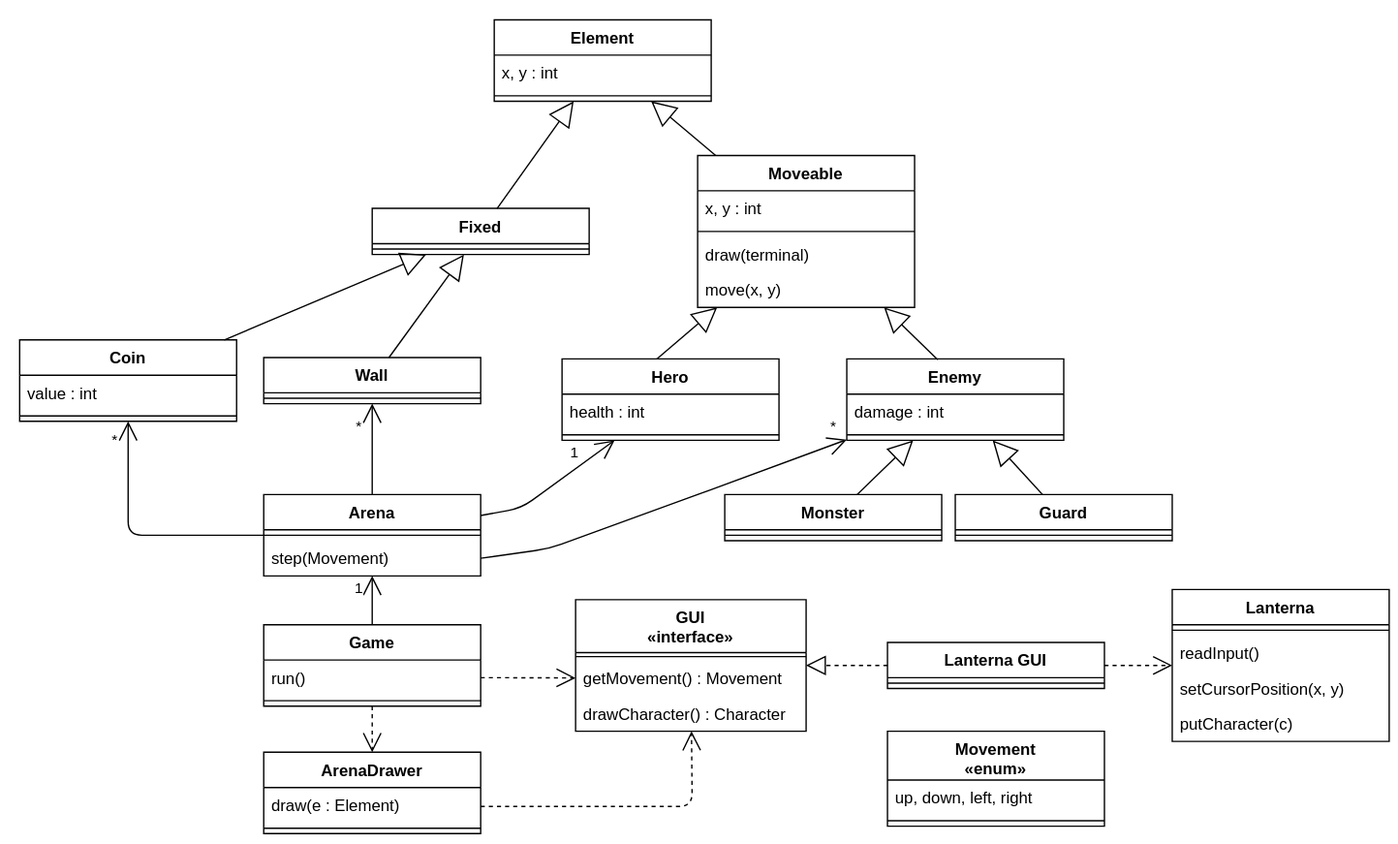
arestivo/slides keeps this draw.io diagram as assets/solid/solid-design.svg. Above is the earlier version. Source tidied: cells renumbered, new cells last; positions are measured from the earlier drawing's top-left corner, leaving out a move shared by most shapes.
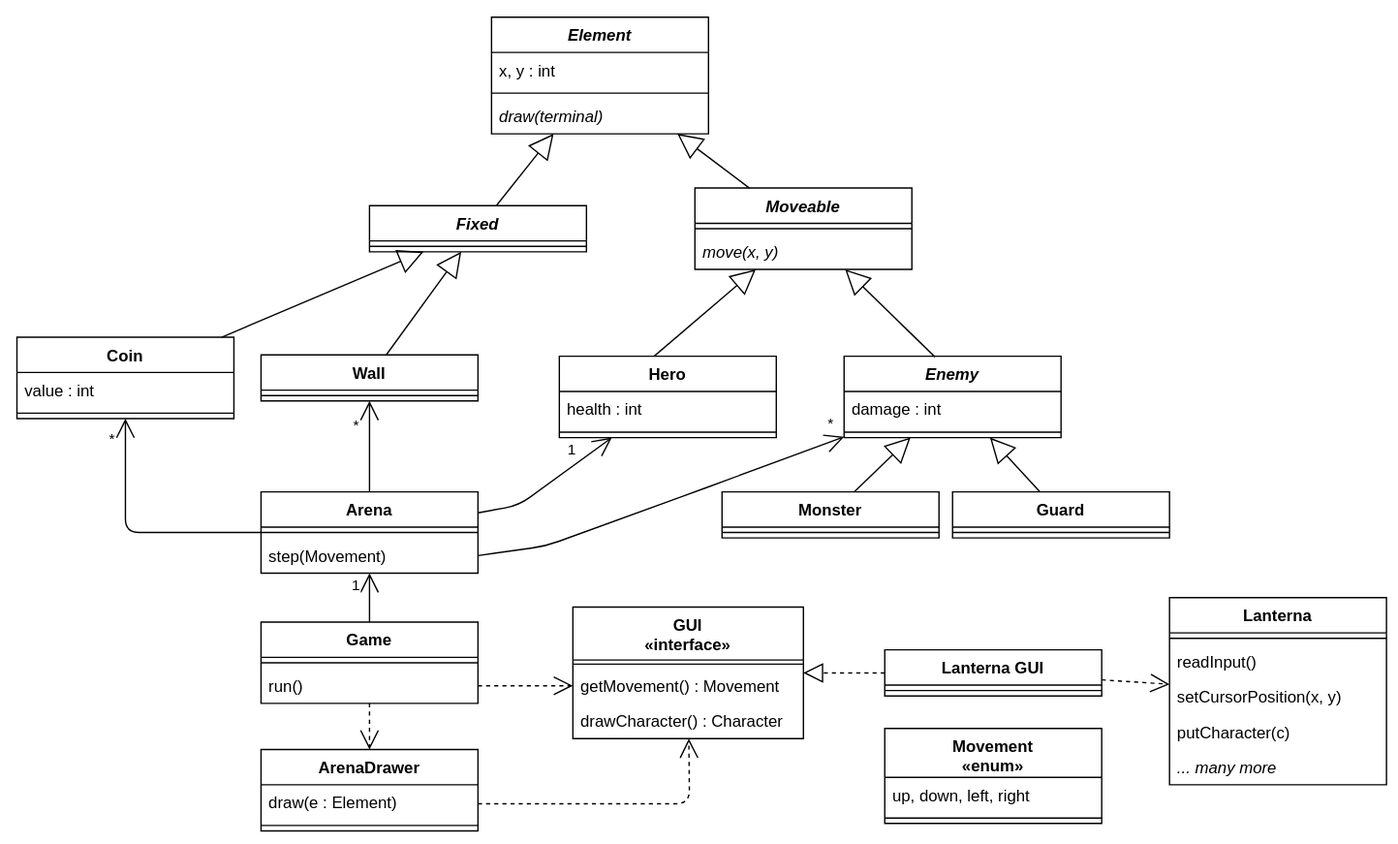
The same file after the commit.

Commit message:
Updated SOLID design example

What changed in the source:
```diff
@@ -14,11 +14,11 @@
     <mxCell id="5" value="Game" style="swimlane;fontStyle=1;align=center;verticalAlign=top;horizontal=1;startSize=26;" parent="1" vertex="1">
       <mxGeometry x="180" y="446" width="160" height="60" as="geometry" />
     </mxCell>
-    <mxCell id="6" value="run()" style="text;strokeColor=none;fillColor=none;align=left;verticalAlign=top;spacingLeft=4;spacingRight=4;overflow=hidden;points=[[0,0.5],[1,0.5]];portConstraint=eastwest;" parent="5" vertex="1">
-      <mxGeometry y="26" width="160" height="26" as="geometry" />
+    <mxCell id="6" style="line;strokeWidth=1;fillColor=none;align=left;verticalAlign=middle;spacingTop=-1;spacingLeft=3;spacingRight=3;labelPosition=right;points=[];portConstraint=eastwest;" parent="5" vertex="1">
+      <mxGeometry y="26" width="160" height="8" as="geometry" />
     </mxCell>
-    <mxCell id="7" style="line;strokeWidth=1;fillColor=none;align=left;verticalAlign=middle;spacingTop=-1;spacingLeft=3;spacingRight=3;labelPosition=right;points=[];portConstraint=eastwest;" parent="5" vertex="1">
-      <mxGeometry y="52" width="160" height="8" as="geometry" />
+    <mxCell id="7" value="run()" style="text;strokeColor=none;fillColor=none;align=left;verticalAlign=top;spacingLeft=4;spacingRight=4;overflow=hidden;points=[[0,0.5],[1,0.5]];portConstraint=eastwest;" parent="5" vertex="1">
+      <mxGeometry y="34" width="160" height="26" as="geometry" />
     </mxCell>
     <mxCell id="8" value="Guard" style="swimlane;fontStyle=1;align=center;verticalAlign=top;horizontal=1;startSize=26;" parent="1" vertex="1">
       <mxGeometry x="690" y="350" width="160" height="34" as="geometry" />
@@ -33,7 +33,7 @@
       <mxGeometry y="26" width="160" height="8" as="geometry" />
     </mxCell>
     <mxCell id="12" value="Lanterna" style="swimlane;fontStyle=1;align=center;verticalAlign=top;horizontal=1;startSize=26;" parent="1" vertex="1">
-      <mxGeometry x="850" y="420" width="160" height="112" as="geometry" />
+      <mxGeometry x="850" y="428" width="160" height="138" as="geometry" />
     </mxCell>
     <mxCell id="13" style="line;strokeWidth=1;fillColor=none;align=left;verticalAlign=middle;spacingTop=-1;spacingLeft=3;spacingRight=3;labelPosition=right;" parent="12" vertex="1">
       <mxGeometry y="26" width="160" height="8" as="geometry" />
@@ -47,49 +47,49 @@
     <mxCell id="16" value="putCharacter(c)" style="text;strokeColor=none;fillColor=none;align=left;verticalAlign=top;spacingLeft=4;spacingRight=4;overflow=hidden;" parent="12" vertex="1">
       <mxGeometry y="86" width="160" height="26" as="geometry" />
     </mxCell>
-    <mxCell id="17" value="Wall" style="swimlane;fontStyle=1;align=center;verticalAlign=top;horizontal=1;startSize=26;" parent="1" vertex="1">
-      <mxGeometry x="180" y="249" width="160" height="34" as="geometry" />
+    <mxCell id="17" value="... many more" style="text;strokeColor=none;fillColor=none;align=left;verticalAlign=top;spacingLeft=4;spacingRight=4;overflow=hidden;points=[[0,0.5],[1,0.5]];portConstraint=eastwest;fontStyle=2;" parent="12" vertex="1">
+      <mxGeometry y="112" width="160" height="26" as="geometry" />
     </mxCell>
-    <mxCell id="18" style="line;strokeWidth=1;fillColor=none;align=left;verticalAlign=middle;spacingTop=-1;spacingLeft=3;spacingRight=3;labelPosition=right;points=[];portConstraint=eastwest;" parent="17" vertex="1">
-      <mxGeometry y="26" width="160" height="8" as="geometry" />
+    <mxCell id="18" value="Wall" style="swimlane;fontStyle=1;align=center;verticalAlign=top;horizontal=1;startSize=26;" parent="1" vertex="1">
+      <mxGeometry x="180" y="249" width="160" height="34" as="geometry" />
     </mxCell>
-    <mxCell id="19" value="Coin" style="swimlane;fontStyle=1;align=center;verticalAlign=top;horizontal=1;startSize=26;" parent="1" vertex="1">
-      <mxGeometry y="236" width="160" height="60" as="geometry" />
+    <mxCell id="19" style="line;strokeWidth=1;fillColor=none;align=left;verticalAlign=middle;spacingTop=-1;spacingLeft=3;spacingRight=3;labelPosition=right;points=[];portConstraint=eastwest;" parent="18" vertex="1">
+      <mxGeometry y="26" width="160" height="8" as="geometry" />
     </mxCell>
-    <mxCell id="20" value="value : int" style="text;strokeColor=none;fillColor=none;align=left;verticalAlign=top;spacingLeft=4;spacingRight=4;overflow=hidden;points=[[0,0.5],[1,0.5]];portConstraint=eastwest;" parent="19" vertex="1">
-      <mxGeometry y="26" width="160" height="26" as="geometry" />
+    <mxCell id="20" value="Coin" style="swimlane;fontStyle=1;align=center;verticalAlign=top;horizontal=1;startSize=26;" parent="1" vertex="1">
+      <mxGeometry y="236" width="160" height="60" as="geometry" />
     </mxCell>
-    <mxCell id="21" style="line;strokeWidth=1;fillColor=none;align=left;verticalAlign=middle;spacingTop=-1;spacingLeft=3;spacingRight=3;labelPosition=right;" parent="19" vertex="1">
-      <mxGeometry y="52" width="160" height="8" as="geometry" />
+    <mxCell id="21" value="value : int" style="text;strokeColor=none;fillColor=none;align=left;verticalAlign=top;spacingLeft=4;spacingRight=4;overflow=hidden;" parent="20" vertex="1">
+      <mxGeometry y="26" width="160" height="26" as="geometry" />
     </mxCell>
-    <mxCell id="22" value="Moveable" style="swimlane;fontStyle=1;align=center;verticalAlign=top;horizontal=1;startSize=26;" parent="1" vertex="1">
-      <mxGeometry x="500" y="100" width="160" height="112" as="geometry" />
+    <mxCell id="22" style="line;strokeWidth=1;fillColor=none;align=left;verticalAlign=middle;spacingTop=-1;spacingLeft=3;spacingRight=3;labelPosition=right;points=[];portConstraint=eastwest;" parent="20" vertex="1">
+      <mxGeometry y="52" width="160" height="8" as="geometry" />
     </mxCell>
-    <mxCell id="23" value="x, y : int&#10;" style="text;strokeColor=none;fillColor=none;align=left;verticalAlign=top;spacingLeft=4;spacingRight=4;overflow=hidden;points=[[0,0.5],[1,0.5]];portConstraint=eastwest;" parent="22" vertex="1">
-      <mxGeometry y="26" width="160" height="26" as="geometry" />
+    <mxCell id="23" value="Moveable" style="swimlane;fontStyle=3;align=center;verticalAlign=top;horizontal=1;startSize=26;" parent="1" vertex="1">
+      <mxGeometry x="500" y="126" width="160" height="60" as="geometry" />
     </mxCell>
-    <mxCell id="24" style="line;strokeWidth=1;fillColor=none;align=left;verticalAlign=middle;spacingTop=-1;spacingLeft=3;spacingRight=3;labelPosition=right;" parent="22" vertex="1">
-      <mxGeometry y="52" width="160" height="8" as="geometry" />
+    <mxCell id="24" style="line;strokeWidth=1;fillColor=none;align=left;verticalAlign=middle;spacingTop=-1;spacingLeft=3;spacingRight=3;labelPosition=right;" parent="23" vertex="1">
+      <mxGeometry y="26" width="160" height="8" as="geometry" />
     </mxCell>
-    <mxCell id="25" value="draw(terminal)" style="text;strokeColor=none;fillColor=none;align=left;verticalAlign=top;spacingLeft=4;spacingRight=4;overflow=hidden;" parent="22" vertex="1">
-      <mxGeometry y="60" width="160" height="26" as="geometry" />
+    <mxCell id="25" value="move(x, y)" style="text;strokeColor=none;fillColor=none;align=left;verticalAlign=top;spacingLeft=4;spacingRight=4;overflow=hidden;fontStyle=2;" parent="23" vertex="1">
+      <mxGeometry y="34" width="160" height="26" as="geometry" />
     </mxCell>
-    <mxCell id="26" value="move(x, y)" style="text;strokeColor=none;fillColor=none;align=left;verticalAlign=top;spacingLeft=4;spacingRight=4;overflow=hidden;points=[[0,0.5],[1,0.5]];portConstraint=eastwest;" parent="22" vertex="1">
-      <mxGeometry y="86" width="160" height="26" as="geometry" />
+    <mxCell id="26" value="Element" style="swimlane;fontStyle=3;align=center;verticalAlign=top;horizontal=1;startSize=26;" parent="1" vertex="1">
+      <mxGeometry x="350" width="160" height="86" as="geometry" />
     </mxCell>
-    <mxCell id="27" value="Element" style="swimlane;fontStyle=1;align=center;verticalAlign=top;horizontal=1;startSize=26;" parent="1" vertex="1">
-      <mxGeometry x="350" width="160" height="60" as="geometry" />
+    <mxCell id="27" value="x, y : int&#10;" style="text;strokeColor=none;fillColor=none;align=left;verticalAlign=top;spacingLeft=4;spacingRight=4;overflow=hidden;points=[[0,0.5],[1,0.5]];portConstraint=eastwest;" parent="26" vertex="1">
+      <mxGeometry y="26" width="160" height="26" as="geometry" />
     </mxCell>
-    <mxCell id="28" value="x, y : int&#10;" style="text;strokeColor=none;fillColor=none;align=left;verticalAlign=top;spacingLeft=4;spacingRight=4;overflow=hidden;" parent="27" vertex="1">
-      <mxGeometry y="26" width="160" height="26" as="geometry" />
+    <mxCell id="28" style="line;strokeWidth=1;fillColor=none;align=left;verticalAlign=middle;spacingTop=-1;spacingLeft=3;spacingRight=3;labelPosition=right;" parent="26" vertex="1">
+      <mxGeometry y="52" width="160" height="8" as="geometry" />
     </mxCell>
-    <mxCell id="29" style="line;strokeWidth=1;fillColor=none;align=left;verticalAlign=middle;spacingTop=-1;spacingLeft=3;spacingRight=3;labelPosition=right;" parent="27" vertex="1">
-      <mxGeometry y="52" width="160" height="8" as="geometry" />
+    <mxCell id="29" value="draw(terminal)&#10;" style="text;strokeColor=none;fillColor=none;align=left;verticalAlign=top;spacingLeft=4;spacingRight=4;overflow=hidden;fontStyle=2;" parent="26" vertex="1">
+      <mxGeometry y="60" width="160" height="26" as="geometry" />
     </mxCell>
-    <mxCell id="30" style="endArrow=block;endSize=16;endFill=0;html=1;strokeColor=#000000;fontColor=#CC0000;" parent="1" edge="1" source="22" target="27">
+    <mxCell id="30" style="endArrow=block;endSize=16;endFill=0;html=1;strokeColor=#000000;fontColor=#CC0000;" parent="1" edge="1" source="23" target="26">
       <mxGeometry relative="1" as="geometry" />
     </mxCell>
-    <mxCell id="31" value="Enemy" style="swimlane;fontStyle=1;align=center;verticalAlign=top;horizontal=1;startSize=26;" parent="1" vertex="1">
+    <mxCell id="31" value="Enemy" style="swimlane;fontStyle=3;align=center;verticalAlign=top;horizontal=1;startSize=26;" parent="1" vertex="1">
       <mxGeometry x="610" y="250" width="160" height="60" as="geometry" />
     </mxCell>
     <mxCell id="32" value="damage : int" style="text;strokeColor=none;fillColor=none;align=left;verticalAlign=top;spacingLeft=4;spacingRight=4;overflow=hidden;" parent="31" vertex="1">
@@ -98,12 +98,12 @@
     <mxCell id="33" style="line;strokeWidth=1;fillColor=none;align=left;verticalAlign=middle;spacingTop=-1;spacingLeft=3;spacingRight=3;labelPosition=right;" parent="31" vertex="1">
       <mxGeometry y="52" width="160" height="8" as="geometry" />
     </mxCell>
-    <mxCell id="34" style="endArrow=block;endSize=16;endFill=0;html=1;strokeColor=#000000;fontColor=#CC0000;" parent="1" edge="1" target="22">
+    <mxCell id="34" style="endArrow=block;endSize=16;endFill=0;html=1;strokeColor=#000000;fontColor=#CC0000;" parent="1" edge="1" target="23">
       <mxGeometry relative="1" as="geometry">
         <mxPoint x="469.9" y="250" as="sourcePoint" />
       </mxGeometry>
     </mxCell>
-    <mxCell id="35" style="endArrow=block;endSize=16;endFill=0;html=1;strokeColor=#000000;fontColor=#CC0000;exitX=0.419;exitY=0.009;exitDx=0;exitDy=0;exitPerimeter=0;" parent="1" edge="1" source="31" target="22">
+    <mxCell id="35" style="endArrow=block;endSize=16;endFill=0;html=1;strokeColor=#000000;fontColor=#CC0000;exitX=0.419;exitY=0.009;exitDx=0;exitDy=0;exitPerimeter=0;" parent="1" edge="1" source="31" target="23">
       <mxGeometry relative="1" as="geometry" />
     </mxCell>
     <mxCell id="36" style="endArrow=block;endSize=16;endFill=0;html=1;strokeColor=#000000;fontColor=#CC0000;" parent="1" edge="1" source="8" target="31">
@@ -112,19 +112,19 @@
     <mxCell id="37" style="endArrow=block;endSize=16;endFill=0;html=1;strokeColor=#000000;fontColor=#CC0000;" parent="1" edge="1" source="10" target="31">
       <mxGeometry relative="1" as="geometry" />
     </mxCell>
-    <mxCell id="38" value="Fixed" style="swimlane;fontStyle=1;align=center;verticalAlign=top;horizontal=1;startSize=26;" parent="1" vertex="1">
+    <mxCell id="38" value="Fixed" style="swimlane;fontStyle=3;align=center;verticalAlign=top;horizontal=1;startSize=26;" parent="1" vertex="1">
       <mxGeometry x="260" y="139" width="160" height="34" as="geometry" />
     </mxCell>
     <mxCell id="39" style="line;strokeWidth=1;fillColor=none;align=left;verticalAlign=middle;spacingTop=-1;spacingLeft=3;spacingRight=3;labelPosition=right;" parent="38" vertex="1">
       <mxGeometry y="26" width="160" height="8" as="geometry" />
     </mxCell>
-    <mxCell id="40" style="endArrow=block;endSize=16;endFill=0;html=1;strokeColor=#000000;fontColor=#CC0000;" parent="1" edge="1" source="19" target="38">
+    <mxCell id="40" style="endArrow=block;endSize=16;endFill=0;html=1;strokeColor=#000000;fontColor=#CC0000;" parent="1" edge="1" source="20" target="38">
       <mxGeometry relative="1" as="geometry" />
     </mxCell>
-    <mxCell id="41" style="endArrow=block;endSize=16;endFill=0;html=1;strokeColor=#000000;fontColor=#CC0000;" parent="1" edge="1" source="17" target="38">
+    <mxCell id="41" style="endArrow=block;endSize=16;endFill=0;html=1;strokeColor=#000000;fontColor=#CC0000;" parent="1" edge="1" source="18" target="38">
       <mxGeometry relative="1" as="geometry" />
     </mxCell>
-    <mxCell id="42" style="endArrow=block;endSize=16;endFill=0;html=1;strokeColor=#000000;fontColor=#CC0000;" parent="1" edge="1" source="38" target="27">
+    <mxCell id="42" style="endArrow=block;endSize=16;endFill=0;html=1;strokeColor=#000000;fontColor=#CC0000;" parent="1" edge="1" source="38" target="26">
       <mxGeometry relative="1" as="geometry" />
     </mxCell>
     <mxCell id="43" value="Hero" style="swimlane;fontStyle=1;align=center;verticalAlign=top;horizontal=1;startSize=26;" parent="1" vertex="1">
@@ -137,7 +137,7 @@
       <mxGeometry y="52" width="160" height="8" as="geometry" />
     </mxCell>
     <mxCell id="46" value="GUI&#10;«interface»" style="swimlane;fontStyle=1;align=center;verticalAlign=top;horizontal=1;startSize=39;" parent="1" vertex="1">
-      <mxGeometry x="410" y="427.5" width="170" height="97" as="geometry" />
+      <mxGeometry x="410" y="435" width="170" height="97" as="geometry" />
     </mxCell>
     <mxCell id="47" style="line;strokeWidth=1;fillColor=none;align=left;verticalAlign=middle;spacingTop=-1;spacingLeft=3;spacingRight=3;labelPosition=right;" parent="46" vertex="1">
       <mxGeometry y="39" width="170" height="6" as="geometry" />
@@ -149,7 +149,7 @@
       <mxGeometry y="71" width="170" height="26" as="geometry" />
     </mxCell>
     <mxCell id="50" value="Lanterna GUI" style="swimlane;fontStyle=1;align=center;verticalAlign=top;horizontal=1;startSize=26;" parent="1" vertex="1">
-      <mxGeometry x="640" y="459" width="160" height="34" as="geometry" />
+      <mxGeometry x="640" y="466.5" width="160" height="34" as="geometry" />
     </mxCell>
     <mxCell id="51" style="line;strokeWidth=1;fillColor=none;align=left;verticalAlign=middle;spacingTop=-1;spacingLeft=3;spacingRight=3;labelPosition=right;" parent="50" vertex="1">
       <mxGeometry y="26" width="160" height="8" as="geometry" />
@@ -160,14 +160,14 @@
     <mxCell id="53" style="endArrow=open;endSize=12;dashed=1;html=1;strokeColor=#000000;fontColor=#000000;" parent="1" edge="1" source="50" target="12">
       <mxGeometry relative="1" as="geometry" />
     </mxCell>
-    <mxCell id="54" value="*" style="endArrow=open;endFill=1;endSize=12;html=1;" parent="1" edge="1" source="2" target="19">
+    <mxCell id="54" value="*" style="endArrow=open;endFill=1;endSize=12;html=1;" parent="1" edge="1" source="2" target="20">
       <mxGeometry x="0.85" y="10" relative="1" as="geometry">
         <Array as="points">
           <mxPoint x="80" y="380" />
         </Array>
       </mxGeometry>
     </mxCell>
-    <mxCell id="55" value="*" style="endArrow=open;endFill=1;endSize=12;html=1;" parent="1" edge="1" source="2" target="17">
+    <mxCell id="55" value="*" style="endArrow=open;endFill=1;endSize=12;html=1;" parent="1" edge="1" source="2" target="18">
       <mxGeometry x="0.49" y="10" relative="1" as="geometry">
         <Array as="points">
           <mxPoint x="260" y="330" />
@@ -192,7 +192,7 @@
     <mxCell id="58" value="1" style="endArrow=open;endFill=1;endSize=12;html=1;" parent="1" edge="1" source="5" target="2">
       <mxGeometry x="0.49" y="10" relative="1" as="geometry" />
     </mxCell>
-    <mxCell id="59" style="endArrow=open;endSize=12;dashed=1;html=1;strokeColor=#000000;fontColor=#000000;exitX=1;exitY=0.5;exitDx=0;exitDy=0;" parent="1" edge="1" source="6" target="48">
+    <mxCell id="59" style="endArrow=open;endSize=12;dashed=1;html=1;strokeColor=#000000;fontColor=#000000;exitX=1;exitY=0.5;exitDx=0;exitDy=0;" parent="1" edge="1" source="7" target="48">
       <mxGeometry relative="1" as="geometry" />
     </mxCell>
     <mxCell id="60" value="ArenaDrawer" style="swimlane;fontStyle=1;align=center;verticalAlign=top;horizontal=1;startSize=26;" parent="1" vertex="1">
```
